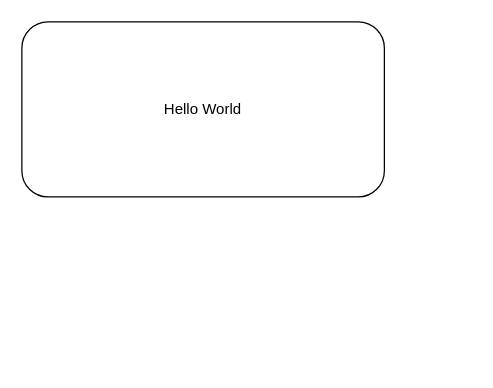
This is Untitled Diagram.drawio from pcheah/drawio, a draw.io file, before an edit. Source tidied: cells renumbered, new cells numbered last; positions are measured from the earlier drawing's top-left corner, leaving out a move shared by most shapes. Both pictures are drawn from the tidied source at 125%, with x=0, y=0 at pixel (21, 21).
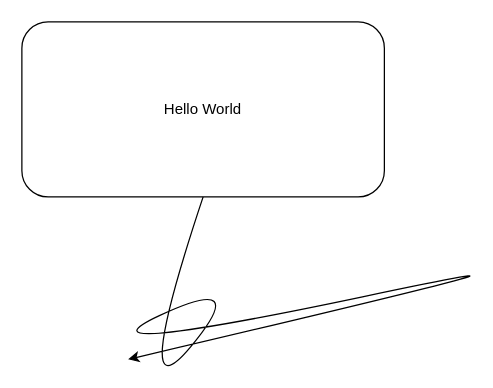
After the change.

Change to the diagram source:
```diff
@@
 <mxGraphModel>
   <root>
     <mxCell id="0" />
     <mxCell id="1" parent="0" />
     <mxCell id="2" value="Hello World" style="rounded=1;whiteSpace=wrap;html=1;" parent="1" vertex="1">
       <mxGeometry width="290" height="140" as="geometry" />
     </mxCell>
+    <mxCell id="3" style="curved=1;endArrow=classic;html=1;rounded=0;exitX=0.5;exitY=1;exitDx=0;exitDy=0;" parent="1" edge="1" source="2">
+      <mxGeometry relative="1" as="geometry">
+        <mxPoint x="85" y="270" as="targetPoint" />
+        <Array as="points">
+          <mxPoint x="85" y="320" />
+          <mxPoint x="185" y="200" />
+          <mxPoint x="35" y="270" />
+          <mxPoint x="510" y="170" />
+        </Array>
+      </mxGeometry>
+    </mxCell>
   </root>
 </mxGraphModel>
```
